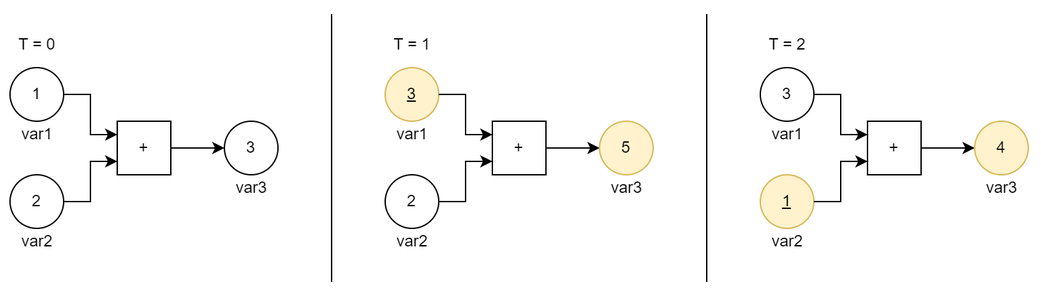
Before: resources/figures/dependency-graph.png, a diagram exported from draw.io (jahrim/master-thesis). Source tidied: cells renumbered, new cells last; positions are measured from the earlier drawing's top-left corner, leaving out a move shared by most shapes.
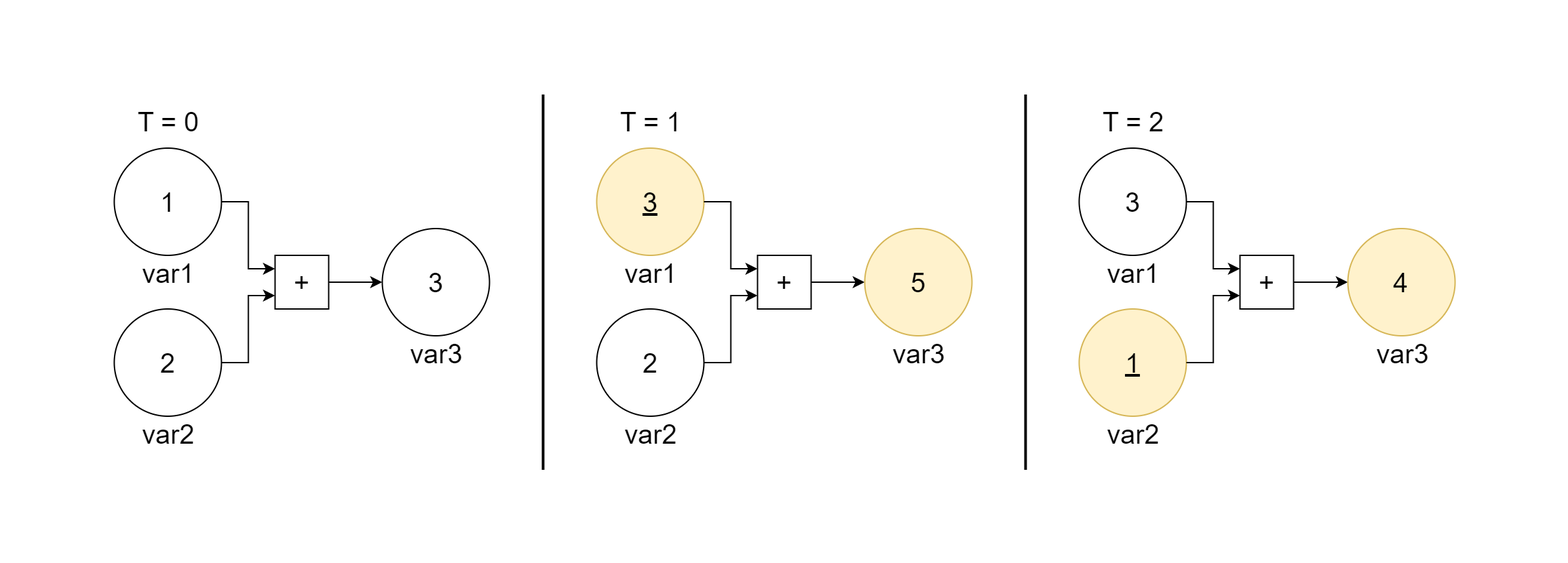
After the change.

Change to the diagram source:
```diff
@@ -2,118 +2,118 @@
   <root>
     <mxCell id="0" />
     <mxCell id="1" parent="0" />
-    <mxCell id="2" style="rounded=0;whiteSpace=wrap;html=1;strokeColor=none;" parent="1" vertex="1">
-      <mxGeometry width="777" height="220" as="geometry" />
-    </mxCell>
+    <mxCell id="38" style="rounded=0;whiteSpace=wrap;html=1;strokeWidth=2;strokeColor=none;" parent="1" vertex="1">
+      <mxGeometry x="-213" y="-470" width="1170" height="420" as="geometry" />
+    </mxCell>
-    <mxCell id="3" value="1" style="ellipse;whiteSpace=wrap;html=1;" parent="1" vertex="1">
-      <mxGeometry x="7" y="50" width="40" height="40" as="geometry" />
+    <mxCell id="3" value="1" style="ellipse;whiteSpace=wrap;html=1;fontSize=20;" parent="1" vertex="1">
+      <mxGeometry x="-128.2" y="-360" width="80" height="80" as="geometry" />
     </mxCell>
-    <mxCell id="4" value="2" style="ellipse;whiteSpace=wrap;html=1;" parent="1" vertex="1">
-      <mxGeometry x="7" y="130" width="40" height="40" as="geometry" />
+    <mxCell id="4" value="2" style="ellipse;whiteSpace=wrap;html=1;fontSize=20;" parent="1" vertex="1">
+      <mxGeometry x="-128.2" y="-240" width="80" height="80" as="geometry" />
     </mxCell>
-    <mxCell id="5" value="+" style="whiteSpace=wrap;html=1;" parent="1" vertex="1">
-      <mxGeometry x="87" y="90" width="40" height="40" as="geometry" />
+    <mxCell id="5" value="+" style="whiteSpace=wrap;html=1;fontSize=20;" parent="1" vertex="1">
+      <mxGeometry x="-8.2" y="-280" width="40" height="40" as="geometry" />
     </mxCell>
-    <mxCell id="6" style="endArrow=classic;html=1;rounded=0;exitX=1;exitY=0.5;exitDx=0;exitDy=0;entryX=0;entryY=0.25;entryDx=0;entryDy=0;edgeStyle=orthogonalEdgeStyle;" parent="1" edge="1" source="3" target="5">
+    <mxCell id="6" style="endArrow=classic;html=1;rounded=0;exitX=1;exitY=0.5;exitDx=0;exitDy=0;entryX=0;entryY=0.25;entryDx=0;entryDy=0;edgeStyle=orthogonalEdgeStyle;fontSize=20;" parent="1" edge="1" source="3" target="5">
       <mxGeometry relative="1" as="geometry" />
     </mxCell>
-    <mxCell id="7" style="endArrow=classic;html=1;rounded=0;exitX=1;exitY=0.5;exitDx=0;exitDy=0;entryX=0;entryY=0.75;entryDx=0;entryDy=0;edgeStyle=orthogonalEdgeStyle;" parent="1" edge="1" source="4" target="5">
+    <mxCell id="7" style="endArrow=classic;html=1;rounded=0;exitX=1;exitY=0.5;exitDx=0;exitDy=0;entryX=0;entryY=0.75;entryDx=0;entryDy=0;edgeStyle=orthogonalEdgeStyle;fontSize=20;" parent="1" edge="1" source="4" target="5">
       <mxGeometry relative="1" as="geometry" />
     </mxCell>
-    <mxCell id="8" style="endArrow=classic;html=1;rounded=0;exitX=1;exitY=0.5;exitDx=0;exitDy=0;entryX=0;entryY=0.5;entryDx=0;entryDy=0;edgeStyle=orthogonalEdgeStyle;" parent="1" edge="1" source="5" target="9">
+    <mxCell id="8" style="endArrow=classic;html=1;rounded=0;exitX=1;exitY=0.5;exitDx=0;exitDy=0;entryX=0;entryY=0.5;entryDx=0;entryDy=0;edgeStyle=orthogonalEdgeStyle;fontSize=20;" parent="1" edge="1" source="5" target="9">
       <mxGeometry relative="1" as="geometry" />
     </mxCell>
-    <mxCell id="9" value="3" style="ellipse;whiteSpace=wrap;html=1;" parent="1" vertex="1">
-      <mxGeometry x="167" y="90" width="40" height="40" as="geometry" />
+    <mxCell id="9" value="3" style="ellipse;whiteSpace=wrap;html=1;fontSize=20;" parent="1" vertex="1">
+      <mxGeometry x="71.8" y="-300" width="80" height="80" as="geometry" />
     </mxCell>
-    <mxCell id="10" value="var1" style="text;html=1;align=center;verticalAlign=middle;strokeColor=none;fillColor=none;" parent="1" vertex="1">
-      <mxGeometry x="2" y="85" width="50" height="30" as="geometry" />
+    <mxCell id="10" value="var1" style="text;html=1;align=center;verticalAlign=middle;strokeColor=none;fillColor=none;fontSize=20;" parent="1" vertex="1">
+      <mxGeometry x="-118.2" y="-287" width="60" height="40" as="geometry" />
     </mxCell>
-    <mxCell id="11" value="var2" style="text;html=1;align=center;verticalAlign=middle;strokeColor=none;fillColor=none;" parent="1" vertex="1">
-      <mxGeometry x="2" y="165" width="50" height="30" as="geometry" />
+    <mxCell id="11" value="var2" style="text;html=1;align=center;verticalAlign=middle;strokeColor=none;fillColor=none;fontSize=20;" parent="1" vertex="1">
+      <mxGeometry x="-118.2" y="-167" width="60" height="40" as="geometry" />
     </mxCell>
-    <mxCell id="12" value="var3" style="text;html=1;align=center;verticalAlign=middle;strokeColor=none;fillColor=none;" parent="1" vertex="1">
-      <mxGeometry x="162" y="125" width="50" height="30" as="geometry" />
+    <mxCell id="12" value="var3" style="text;html=1;align=center;verticalAlign=middle;strokeColor=none;fillColor=none;fontSize=20;" parent="1" vertex="1">
+      <mxGeometry x="81.8" y="-227" width="60" height="40" as="geometry" />
     </mxCell>
-    <mxCell id="13" value="T = 0" style="text;html=1;align=center;verticalAlign=middle;strokeColor=none;fillColor=none;" parent="1" vertex="1">
-      <mxGeometry x="2" y="18" width="50" height="30" as="geometry" />
+    <mxCell id="13" value="T = 0" style="text;html=1;align=center;verticalAlign=middle;strokeColor=none;fillColor=none;fontSize=20;" parent="1" vertex="1">
+      <mxGeometry x="-123.2" y="-400" width="70" height="40" as="geometry" />
     </mxCell>
-    <mxCell id="14" value="&lt;u&gt;3&lt;/u&gt;" style="ellipse;whiteSpace=wrap;html=1;fillColor=#fff2cc;strokeColor=#d6b656;" parent="1" vertex="1">
-      <mxGeometry x="287" y="50" width="40" height="40" as="geometry" />
+    <mxCell id="14" value="&lt;u style=&quot;font-size: 20px;&quot;&gt;3&lt;/u&gt;" style="ellipse;whiteSpace=wrap;html=1;fillColor=#fff2cc;strokeColor=#d6b656;fontSize=20;" parent="1" vertex="1">
+      <mxGeometry x="231.8" y="-360" width="80" height="80" as="geometry" />
     </mxCell>
-    <mxCell id="15" value="2" style="ellipse;whiteSpace=wrap;html=1;" parent="1" vertex="1">
-      <mxGeometry x="287" y="130" width="40" height="40" as="geometry" />
+    <mxCell id="15" value="2" style="ellipse;whiteSpace=wrap;html=1;fontSize=20;" parent="1" vertex="1">
+      <mxGeometry x="231.8" y="-240" width="80" height="80" as="geometry" />
     </mxCell>
-    <mxCell id="16" value="+" style="whiteSpace=wrap;html=1;" parent="1" vertex="1">
-      <mxGeometry x="367" y="90" width="40" height="40" as="geometry" />
+    <mxCell id="16" value="+" style="whiteSpace=wrap;html=1;fontSize=20;" parent="1" vertex="1">
+      <mxGeometry x="351.8" y="-280" width="40" height="40" as="geometry" />
     </mxCell>
-    <mxCell id="17" style="endArrow=classic;html=1;rounded=0;exitX=1;exitY=0.5;exitDx=0;exitDy=0;entryX=0;entryY=0.25;entryDx=0;entryDy=0;edgeStyle=orthogonalEdgeStyle;" parent="1" edge="1" source="14" target="16">
+    <mxCell id="17" style="endArrow=classic;html=1;rounded=0;exitX=1;exitY=0.5;exitDx=0;exitDy=0;entryX=0;entryY=0.25;entryDx=0;entryDy=0;edgeStyle=orthogonalEdgeStyle;fontSize=20;" parent="1" edge="1" source="14" target="16">
       <mxGeometry relative="1" as="geometry" />
     </mxCell>
-    <mxCell id="18" style="endArrow=classic;html=1;rounded=0;exitX=1;exitY=0.5;exitDx=0;exitDy=0;entryX=0;entryY=0.75;entryDx=0;entryDy=0;edgeStyle=orthogonalEdgeStyle;" parent="1" edge="1" source="15" target="16">
+    <mxCell id="18" style="endArrow=classic;html=1;rounded=0;exitX=1;exitY=0.5;exitDx=0;exitDy=0;entryX=0;entryY=0.75;entryDx=0;entryDy=0;edgeStyle=orthogonalEdgeStyle;fontSize=20;" parent="1" edge="1" source="15" target="16">
       <mxGeometry relative="1" as="geometry" />
     </mxCell>
-    <mxCell id="19" style="endArrow=classic;html=1;rounded=0;exitX=1;exitY=0.5;exitDx=0;exitDy=0;entryX=0;entryY=0.5;entryDx=0;entryDy=0;edgeStyle=orthogonalEdgeStyle;" parent="1" edge="1" source="16" target="20">
+    <mxCell id="19" style="endArrow=classic;html=1;rounded=0;exitX=1;exitY=0.5;exitDx=0;exitDy=0;entryX=0;entryY=0.5;entryDx=0;entryDy=0;edgeStyle=orthogonalEdgeStyle;fontSize=20;" parent="1" edge="1" source="16" target="20">
       <mxGeometry relative="1" as="geometry" />
     </mxCell>
-    <mxCell id="20" value="5" style="ellipse;whiteSpace=wrap;html=1;fillColor=#fff2cc;strokeColor=#d6b656;" parent="1" vertex="1">
-      <mxGeometry x="447" y="90" width="40" height="40" as="geometry" />
+    <mxCell id="20" value="5" style="ellipse;whiteSpace=wrap;html=1;fillColor=#fff2cc;strokeColor=#d6b656;fontSize=20;" parent="1" vertex="1">
+      <mxGeometry x="431.8" y="-300" width="80" height="80" as="geometry" />
     </mxCell>
-    <mxCell id="21" value="var1" style="text;html=1;align=center;verticalAlign=middle;strokeColor=none;fillColor=none;" parent="1" vertex="1">
-      <mxGeometry x="282" y="85" width="50" height="30" as="geometry" />
+    <mxCell id="21" value="var1" style="text;html=1;align=center;verticalAlign=middle;strokeColor=none;fillColor=none;fontSize=20;" parent="1" vertex="1">
+      <mxGeometry x="241.8" y="-287" width="60" height="40" as="geometry" />
     </mxCell>
-    <mxCell id="22" value="var2" style="text;html=1;align=center;verticalAlign=middle;strokeColor=none;fillColor=none;" parent="1" vertex="1">
-      <mxGeometry x="282" y="165" width="50" height="30" as="geometry" />
+    <mxCell id="22" value="var2" style="text;html=1;align=center;verticalAlign=middle;strokeColor=none;fillColor=none;fontSize=20;" parent="1" vertex="1">
+      <mxGeometry x="241.8" y="-167" width="60" height="40" as="geometry" />
     </mxCell>
-    <mxCell id="23" value="var3" style="text;html=1;align=center;verticalAlign=middle;strokeColor=none;fillColor=none;" parent="1" vertex="1">
-      <mxGeometry x="442" y="125" width="50" height="30" as="geometry" />
+    <mxCell id="23" value="var3" style="text;html=1;align=center;verticalAlign=middle;strokeColor=none;fillColor=none;fontSize=20;" parent="1" vertex="1">
+      <mxGeometry x="441.8" y="-227" width="60" height="40" as="geometry" />
     </mxCell>
-    <mxCell id="24" value="T = 1" style="text;html=1;align=center;verticalAlign=middle;strokeColor=none;fillColor=none;" parent="1" vertex="1">
-      <mxGeometry x="282" y="18" width="50" height="30" as="geometry" />
+    <mxCell id="24" value="T = 1" style="text;html=1;align=center;verticalAlign=middle;strokeColor=none;fillColor=none;fontSize=20;" parent="1" vertex="1">
+      <mxGeometry x="236.8" y="-400" width="70" height="40" as="geometry" />
     </mxCell>
-    <mxCell id="25" value="3" style="ellipse;whiteSpace=wrap;html=1;" parent="1" vertex="1">
-      <mxGeometry x="567" y="50" width="40" height="40" as="geometry" />
+    <mxCell id="25" value="3" style="ellipse;whiteSpace=wrap;html=1;fontSize=20;" parent="1" vertex="1">
+      <mxGeometry x="591.8" y="-360" width="80" height="80" as="geometry" />
     </mxCell>
-    <mxCell id="26" value="&lt;u&gt;1&lt;/u&gt;" style="ellipse;whiteSpace=wrap;html=1;fillColor=#fff2cc;strokeColor=#d6b656;" parent="1" vertex="1">
-      <mxGeometry x="567" y="130" width="40" height="40" as="geometry" />
+    <mxCell id="26" value="&lt;u style=&quot;font-size: 20px;&quot;&gt;1&lt;/u&gt;" style="ellipse;whiteSpace=wrap;html=1;fillColor=#fff2cc;strokeColor=#d6b656;fontSize=20;" parent="1" vertex="1">
+      <mxGeometry x="591.8" y="-240" width="80" height="80" as="geometry" />
     </mxCell>
-    <mxCell id="27" value="+" style="whiteSpace=wrap;html=1;" parent="1" vertex="1">
-      <mxGeometry x="647" y="90" width="40" height="40" as="geometry" />
+    <mxCell id="27" value="+" style="whiteSpace=wrap;html=1;fontSize=20;" parent="1" vertex="1">
+      <mxGeometry x="711.8" y="-280" width="40" height="40" as="geometry" />
     </mxCell>
-    <mxCell id="28" style="endArrow=classic;html=1;rounded=0;exitX=1;exitY=0.5;exitDx=0;exitDy=0;entryX=0;entryY=0.25;entryDx=0;entryDy=0;edgeStyle=orthogonalEdgeStyle;" parent="1" edge="1" source="25" target="27">
+    <mxCell id="28" style="endArrow=classic;html=1;rounded=0;exitX=1;exitY=0.5;exitDx=0;exitDy=0;entryX=0;entryY=0.25;entryDx=0;entryDy=0;edgeStyle=orthogonalEdgeStyle;fontSize=20;" parent="1" edge="1" source="25" target="27">
       <mxGeometry relative="1" as="geometry" />
     </mxCell>
-    <mxCell id="29" style="endArrow=classic;html=1;rounded=0;exitX=1;exitY=0.5;exitDx=0;exitDy=0;entryX=0;entryY=0.75;entryDx=0;entryDy=0;edgeStyle=orthogonalEdgeStyle;" parent="1" edge="1" source="26" target="27">
+    <mxCell id="29" style="endArrow=classic;html=1;rounded=0;exitX=1;exitY=0.5;exitDx=0;exitDy=0;entryX=0;entryY=0.75;entryDx=0;entryDy=0;edgeStyle=orthogonalEdgeStyle;fontSize=20;" parent="1" edge="1" source="26" target="27">
       <mxGeometry relative="1" as="geometry" />
     </mxCell>
-    <mxCell id="30" style="endArrow=classic;html=1;rounded=0;exitX=1;exitY=0.5;exitDx=0;exitDy=0;entryX=0;entryY=0.5;entryDx=0;entryDy=0;edgeStyle=orthogonalEdgeStyle;" parent="1" edge="1" source="27" target="31">
+    <mxCell id="30" style="endArrow=classic;html=1;rounded=0;exitX=1;exitY=0.5;exitDx=0;exitDy=0;entryX=0;entryY=0.5;entryDx=0;entryDy=0;edgeStyle=orthogonalEdgeStyle;fontSize=20;" parent="1" edge="1" source="27" target="31">
       <mxGeometry relative="1" as="geometry" />
     </mxCell>
-    <mxCell id="31" value="4" style="ellipse;whiteSpace=wrap;html=1;fillColor=#fff2cc;strokeColor=#d6b656;" parent="1" vertex="1">
-      <mxGeometry x="727" y="90" width="40" height="40" as="geometry" />
+    <mxCell id="31" value="4" style="ellipse;whiteSpace=wrap;html=1;fillColor=#fff2cc;strokeColor=#d6b656;fontSize=20;" parent="1" vertex="1">
+      <mxGeometry x="792.2" y="-300" width="80" height="80" as="geometry" />
     </mxCell>
-    <mxCell id="32" value="var1" style="text;html=1;align=center;verticalAlign=middle;strokeColor=none;fillColor=none;" parent="1" vertex="1">
-      <mxGeometry x="562" y="85" width="50" height="30" as="geometry" />
+    <mxCell id="32" value="var1" style="text;html=1;align=center;verticalAlign=middle;strokeColor=none;fillColor=none;fontSize=20;" parent="1" vertex="1">
+      <mxGeometry x="601.8" y="-287" width="60" height="40" as="geometry" />
     </mxCell>
-    <mxCell id="33" value="var2" style="text;html=1;align=center;verticalAlign=middle;strokeColor=none;fillColor=none;" parent="1" vertex="1">
-      <mxGeometry x="562" y="165" width="50" height="30" as="geometry" />
+    <mxCell id="33" value="var2" style="text;html=1;align=center;verticalAlign=middle;strokeColor=none;fillColor=none;fontSize=20;" parent="1" vertex="1">
+      <mxGeometry x="601.8" y="-167" width="60" height="40" as="geometry" />
     </mxCell>
-    <mxCell id="34" value="var3" style="text;html=1;align=center;verticalAlign=middle;strokeColor=none;fillColor=none;" parent="1" vertex="1">
-      <mxGeometry x="722" y="125" width="50" height="30" as="geometry" />
+    <mxCell id="34" value="var3" style="text;html=1;align=center;verticalAlign=middle;strokeColor=none;fillColor=none;fontSize=20;" parent="1" vertex="1">
+      <mxGeometry x="802.8" y="-227" width="60" height="40" as="geometry" />
     </mxCell>
-    <mxCell id="35" value="T = 2" style="text;html=1;align=center;verticalAlign=middle;strokeColor=none;fillColor=none;" parent="1" vertex="1">
-      <mxGeometry x="562" y="18" width="50" height="30" as="geometry" />
+    <mxCell id="35" value="T = 2" style="text;html=1;align=center;verticalAlign=middle;strokeColor=none;fillColor=none;fontSize=20;" parent="1" vertex="1">
+      <mxGeometry x="596.8" y="-400" width="70" height="40" as="geometry" />
     </mxCell>
-    <mxCell id="36" style="endArrow=none;html=1;rounded=0;" parent="1" edge="1">
+    <mxCell id="36" style="endArrow=none;html=1;rounded=0;fontSize=20;strokeWidth=2;" parent="1" edge="1">
       <mxGeometry relative="1" as="geometry">
-        <mxPoint x="247" y="210" as="sourcePoint" />
-        <mxPoint x="247" y="10" as="targetPoint" />
+        <mxPoint x="191.8" y="-120" as="sourcePoint" />
+        <mxPoint x="191.8" y="-400" as="targetPoint" />
       </mxGeometry>
     </mxCell>
-    <mxCell id="37" style="endArrow=none;html=1;rounded=0;" parent="1" edge="1">
+    <mxCell id="37" style="endArrow=none;html=1;rounded=0;fontSize=20;strokeWidth=2;" parent="1" edge="1">
       <mxGeometry relative="1" as="geometry">
-        <mxPoint x="527" y="210" as="sourcePoint" />
-        <mxPoint x="527" y="10" as="targetPoint" />
+        <mxPoint x="551.8" y="-120" as="sourcePoint" />
+        <mxPoint x="551.8" y="-400" as="targetPoint" />
       </mxGeometry>
     </mxCell>
   </root>
```
